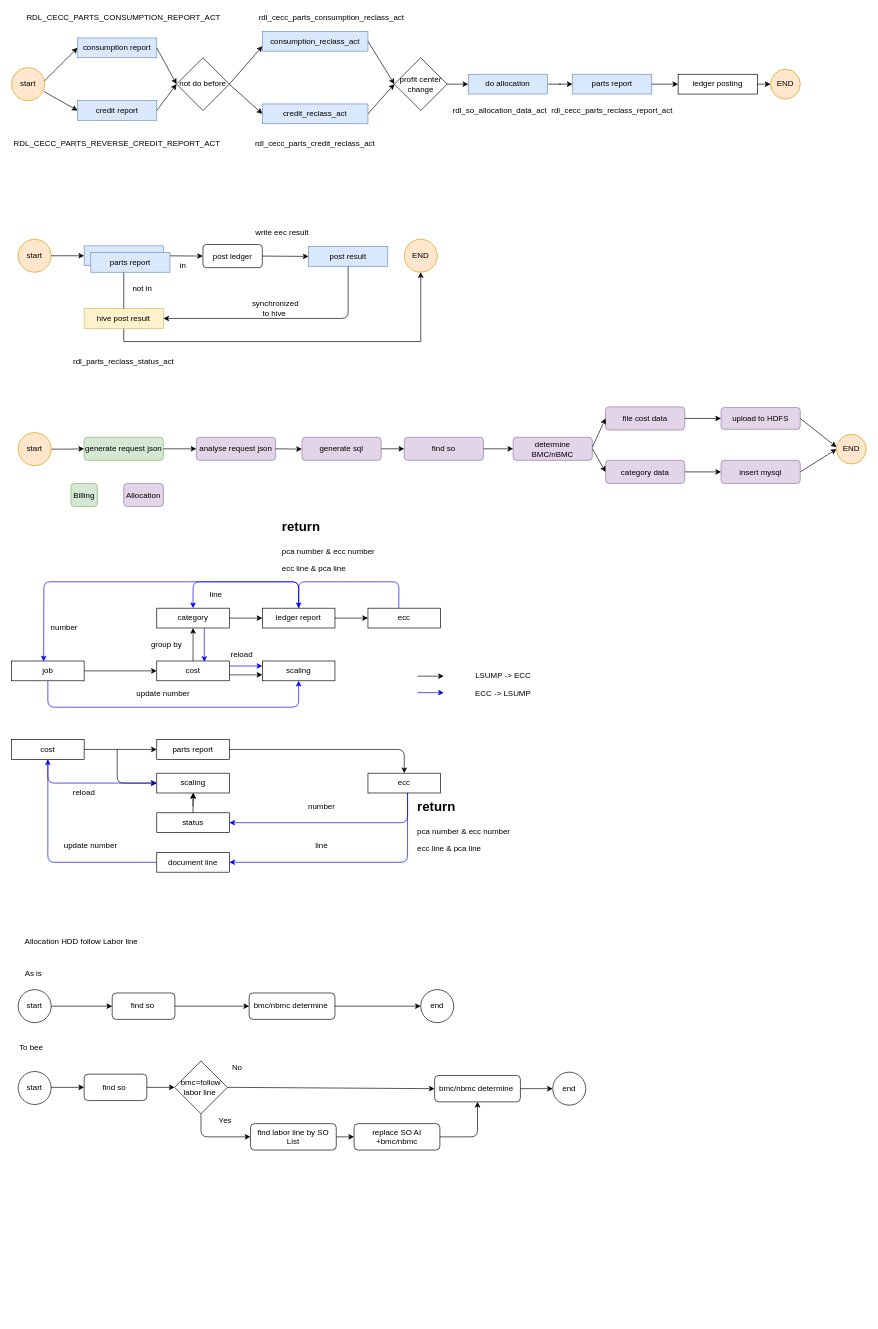
Above: src/Untitled Diagram.drawio in zhang-xdl/Crawler (draw.io), before the change. Source tidied: cells renumbered, new cells numbered last; positions are measured from the earlier drawing's top-left corner, leaving out a move shared by most shapes. Both pictures are drawn from the tidied source at 66%, with x=0, y=0 at pixel (11, 11).
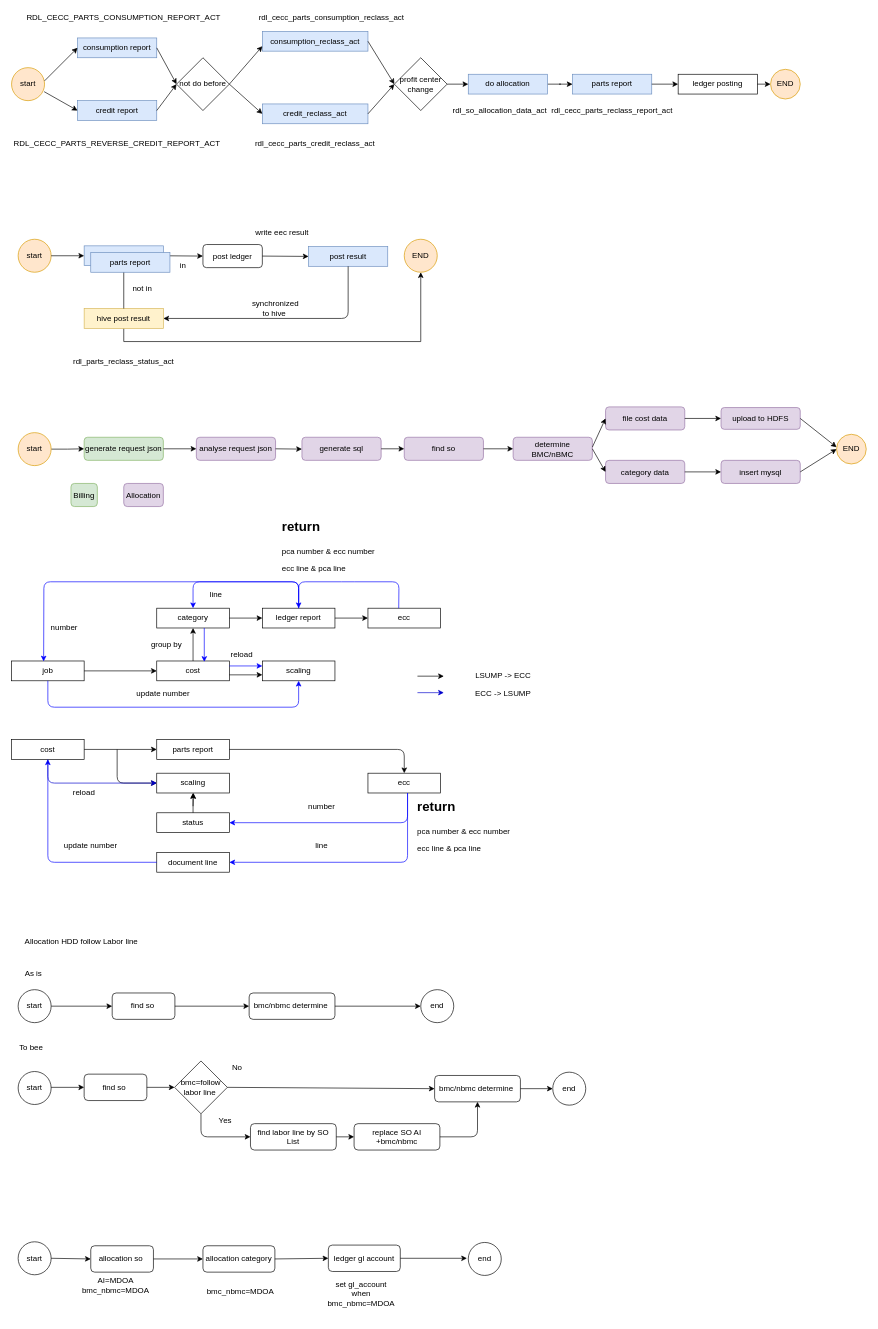
The same page after the edit.

Diff of the diagram source:
```diff
@@
+    <mxCell id="146" value="start" style="ellipse;whiteSpace=wrap;html=1;" parent="1" vertex="1">
+      <mxGeometry x="10" y="1864" width="50" height="50" as="geometry" />
+    </mxCell>
+    <mxCell id="147" value="allocation so&amp;nbsp;" style="rounded=1;whiteSpace=wrap;html=1;" parent="1" vertex="1">
+      <mxGeometry x="120" y="1870" width="95" height="40" as="geometry" />
+    </mxCell>
+    <mxCell id="148" value="allocation category" style="rounded=1;whiteSpace=wrap;html=1;" parent="1" vertex="1">
+      <mxGeometry x="290" y="1870" width="109" height="40" as="geometry" />
+    </mxCell>
+    <mxCell id="149" value="ledger gl account" style="rounded=1;whiteSpace=wrap;html=1;" parent="1" vertex="1">
+      <mxGeometry x="480" y="1869" width="109" height="40" as="geometry" />
+    </mxCell>
+    <mxCell id="150" value="end" style="ellipse;whiteSpace=wrap;html=1;" parent="1" vertex="1">
+      <mxGeometry x="692" y="1865" width="50" height="50" as="geometry" />
+    </mxCell>
+    <mxCell id="151" style="endArrow=classic;html=1;exitX=1;exitY=0.5;exitDx=0;exitDy=0;entryX=0;entryY=0.5;entryDx=0;entryDy=0;" parent="1" edge="1" source="146" target="147">
+      <mxGeometry relative="1" as="geometry" />
+    </mxCell>
+    <mxCell id="152" style="endArrow=classic;html=1;exitX=1;exitY=0.5;exitDx=0;exitDy=0;" parent="1" edge="1" source="147">
+      <mxGeometry relative="1" as="geometry">
+        <mxPoint x="290" y="1890" as="targetPoint" />
+      </mxGeometry>
+    </mxCell>
+    <mxCell id="153" style="endArrow=classic;html=1;exitX=1;exitY=0.5;exitDx=0;exitDy=0;entryX=0;entryY=0.5;entryDx=0;entryDy=0;" parent="1" edge="1" source="148" target="149">
+      <mxGeometry relative="1" as="geometry" />
+    </mxCell>
+    <mxCell id="154" style="endArrow=classic;html=1;exitX=1;exitY=0.5;exitDx=0;exitDy=0;" parent="1" edge="1" source="149">
+      <mxGeometry relative="1" as="geometry">
+        <mxPoint x="690" y="1889" as="targetPoint" />
+      </mxGeometry>
+    </mxCell>
+    <mxCell id="155" value="AI=MDOA&lt;br&gt;bmc_nbmc=MDOA" style="text;html=1;strokeColor=none;fillColor=none;align=center;verticalAlign=middle;whiteSpace=wrap;rounded=0;" parent="1" vertex="1">
+      <mxGeometry x="138" y="1920" width="40" height="20" as="geometry" />
+    </mxCell>
+    <mxCell id="156" value="bmc_nbmc=MDOA" style="text;html=1;strokeColor=none;fillColor=none;align=center;verticalAlign=middle;whiteSpace=wrap;rounded=0;" parent="1" vertex="1">
+      <mxGeometry x="327" y="1930" width="40" height="20" as="geometry" />
+    </mxCell>
+    <mxCell id="157" value="set gl_account when bmc_nbmc=MDOA&lt;br&gt;&amp;nbsp;" style="text;html=1;strokeColor=none;fillColor=none;align=center;verticalAlign=middle;whiteSpace=wrap;rounded=0;" parent="1" vertex="1">
+      <mxGeometry x="510" y="1940" width="40" height="20" as="geometry" />
+    </mxCell>
```
